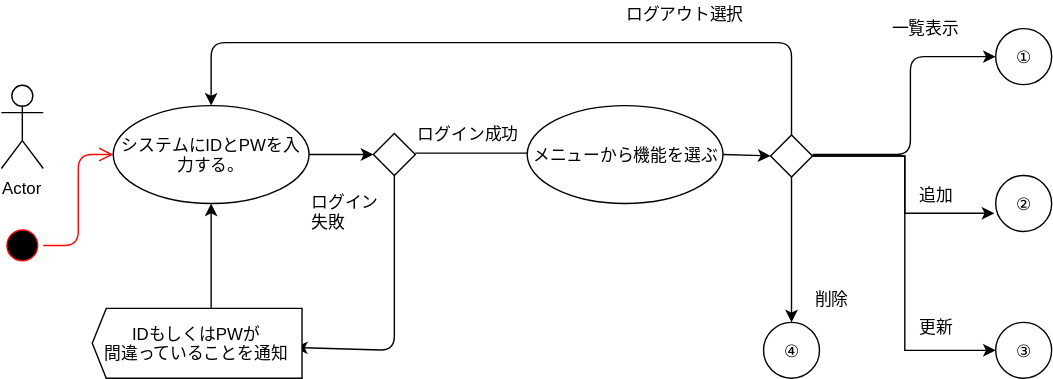
Above: アクティビティ図.svg in akoishizawa/testUML (draw.io), before the change. Source tidied: cells renumbered, new cells last; positions are measured from the earlier drawing's top-left corner, leaving out a move shared by most shapes.
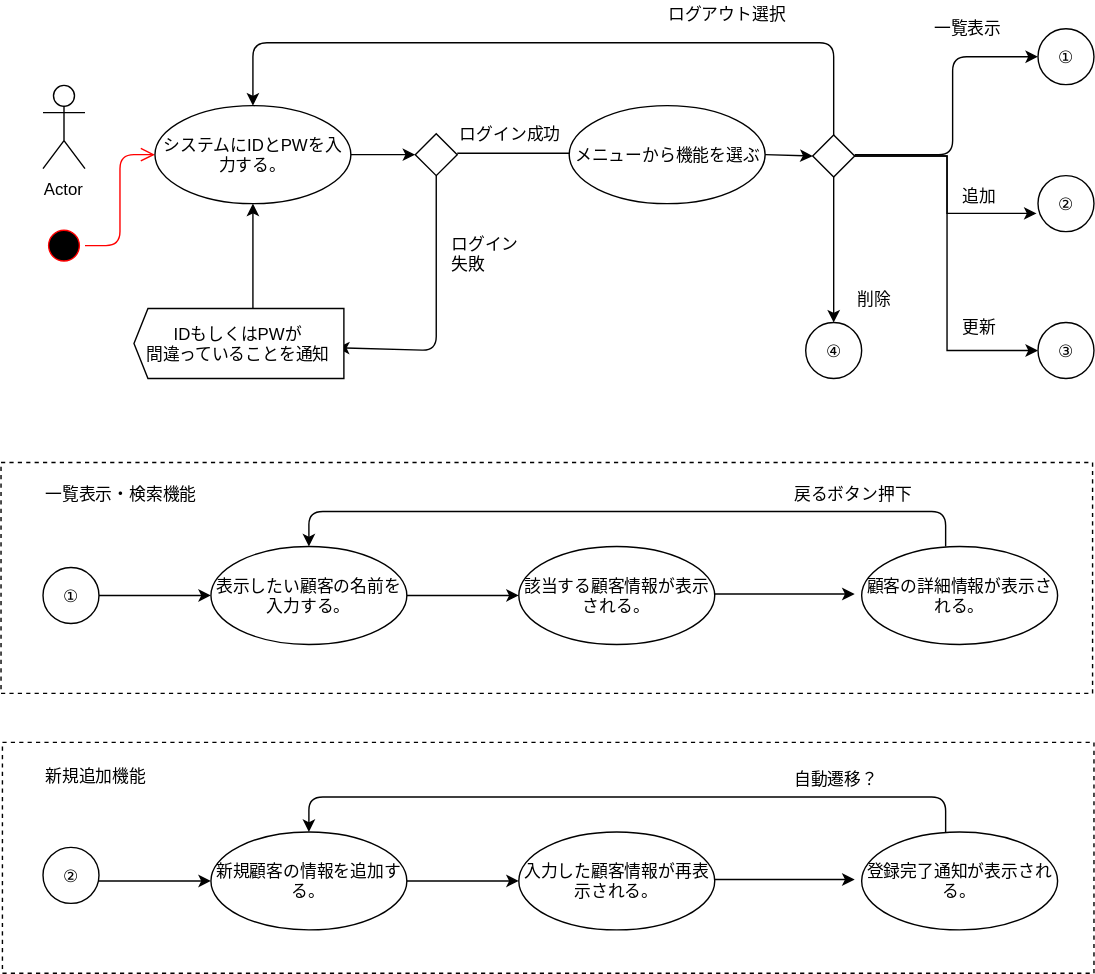
Above is the later version.

Commit message:
アクティビティ図更新_検索・一覧・追加機能

What changed in the source:
```diff
@@ -3,115 +3,210 @@
     <mxCell id="0" />
     <mxCell id="1" parent="0" />
     <mxCell id="2" value="Actor" style="shape=umlActor;verticalLabelPosition=bottom;labelBackgroundColor=#ffffff;verticalAlign=top;html=1;" parent="1" vertex="1">
-      <mxGeometry y="60" width="30" height="60" as="geometry" />
+      <mxGeometry x="-20" y="50" width="30" height="60" as="geometry" />
     </mxCell>
+    <mxCell id="31" style="ellipse;html=1;shape=startState;fillColor=#000000;strokeColor=#ff0000;" parent="1" vertex="1">
+      <mxGeometry x="-20" y="150" width="30" height="30" as="geometry" />
+    </mxCell>
+    <mxCell id="32" style="edgeStyle=orthogonalEdgeStyle;html=1;verticalAlign=bottom;endArrow=open;endSize=8;strokeColor=#ff0000;entryX=0;entryY=0.5;" parent="1" edge="1" source="31" target="3">
+      <mxGeometry relative="1" as="geometry" />
+    </mxCell>
-    <mxCell id="3" style="ellipse;html=1;shape=startState;fillColor=#000000;strokeColor=#ff0000;" parent="1" vertex="1">
-      <mxGeometry y="160" width="30" height="30" as="geometry" />
+    <mxCell id="3" value="システムにIDとPWを入力する。&lt;br&gt;" style="ellipse;whiteSpace=wrap;html=1;" parent="1" vertex="1">
+      <mxGeometry x="60" y="65" width="140" height="70" as="geometry" />
     </mxCell>
-    <mxCell id="4" style="edgeStyle=orthogonalEdgeStyle;html=1;verticalAlign=bottom;endArrow=open;endSize=8;strokeColor=#ff0000;entryX=0;entryY=0.5;" parent="1" edge="1" source="3" target="5">
-      <mxGeometry relative="1" as="geometry" />
+    <mxCell id="4" style="rhombus;whiteSpace=wrap;html=1;" parent="1" vertex="1">
+      <mxGeometry x="246" y="85" width="30" height="30" as="geometry" />
     </mxCell>
-    <mxCell id="5" value="システムにIDとPWを入力する。&lt;br&gt;" style="ellipse;whiteSpace=wrap;html=1;" parent="1" vertex="1">
-      <mxGeometry x="80" y="75" width="140" height="70" as="geometry" />
+    <mxCell id="5" style="endArrow=classic;html=1;entryX=0;entryY=0.5;" parent="1" edge="1" source="3" target="4">
+      <mxGeometry relative="1" as="geometry" />
     </mxCell>
-    <mxCell id="6" style="rhombus;whiteSpace=wrap;html=1;" parent="1" vertex="1">
-      <mxGeometry x="266" y="95" width="30" height="30" as="geometry" />
+    <mxCell id="6" style="endArrow=classic;html=1;exitX=0.5;exitY=1;" parent="1" edge="1" source="4">
+      <mxGeometry relative="1" as="geometry">
+        <mxPoint x="190" y="238" as="targetPoint" />
+        <Array as="points">
+          <mxPoint x="261" y="240" />
+        </Array>
+      </mxGeometry>
     </mxCell>
-    <mxCell id="7" style="endArrow=classic;html=1;entryX=0;entryY=0.5;" parent="1" edge="1" source="5" target="6">
-      <mxGeometry relative="1" as="geometry" />
+    <mxCell id="7" style="endArrow=classic;html=1;entryX=0.5;entryY=1;" parent="1" edge="1" target="3">
+      <mxGeometry relative="1" as="geometry">
+        <mxPoint x="130" y="210" as="sourcePoint" />
+        <Array as="points">
+          <mxPoint x="130" y="180" />
+        </Array>
+      </mxGeometry>
     </mxCell>
+    <mxCell id="33" value="ログイン&lt;br&gt;失敗" style="text;html=1;align=left;verticalAlign=top;spacingTop=-4;" parent="1" vertex="1">
+      <mxGeometry x="270" y="155" width="60" height="30" as="geometry" />
+    </mxCell>
-    <mxCell id="8" style="endArrow=classic;html=1;exitX=0.5;exitY=1;" parent="1" edge="1" source="6">
+    <mxCell id="8" style="endArrow=classic;html=1;" parent="1" edge="1">
       <mxGeometry relative="1" as="geometry">
-        <mxPoint x="210" y="248" as="targetPoint" />
-        <Array as="points">
-          <mxPoint x="281" y="250" />
-        </Array>
+        <mxPoint x="276" y="99" as="sourcePoint" />
+        <mxPoint x="390" y="99" as="targetPoint" />
       </mxGeometry>
     </mxCell>
-    <mxCell id="9" style="endArrow=classic;html=1;entryX=0.5;entryY=1;" parent="1" edge="1" target="5">
-      <mxGeometry relative="1" as="geometry">
-        <mxPoint x="150" y="220" as="sourcePoint" />
-        <Array as="points">
-          <mxPoint x="150" y="190" />
-        </Array>
-      </mxGeometry>
+    <mxCell id="9" value="①" style="ellipse;whiteSpace=wrap;html=1;" parent="1" vertex="1">
+      <mxGeometry x="691" y="10" width="40" height="40" as="geometry" />
     </mxCell>
-    <mxCell id="10" value="ログイン&lt;br&gt;失敗" style="text;html=1;align=left;verticalAlign=top;spacingTop=-4;" parent="1" vertex="1">
-      <mxGeometry x="220" y="135" width="60" height="30" as="geometry" />
+    <mxCell id="10" value="ログイン成功" style="text;html=1;align=left;verticalAlign=top;spacingTop=-4;" parent="1" vertex="1">
+      <mxGeometry x="276" y="76" width="90" height="20" as="geometry" />
     </mxCell>
-    <mxCell id="11" style="endArrow=classic;html=1;" parent="1" edge="1">
-      <mxGeometry relative="1" as="geometry">
-        <mxPoint x="296" y="109" as="sourcePoint" />
-        <mxPoint x="410" y="109" as="targetPoint" />
-      </mxGeometry>
+    <mxCell id="11" value="メニューから機能を選ぶ" style="ellipse;whiteSpace=wrap;html=1;" parent="1" vertex="1">
+      <mxGeometry x="356" y="65" width="140" height="70" as="geometry" />
     </mxCell>
-    <mxCell id="12" value="①" style="ellipse;whiteSpace=wrap;html=1;" parent="1" vertex="1">
-      <mxGeometry x="711" y="20" width="40" height="40" as="geometry" />
+    <mxCell id="12" style="edgeStyle=orthogonalEdgeStyle;rounded=0;html=1;jettySize=auto;" parent="1" edge="1" source="18" target="36">
+      <mxGeometry relative="1" as="geometry" />
     </mxCell>
-    <mxCell id="13" value="ログイン成功" style="text;html=1;align=left;verticalAlign=top;spacingTop=-4;" parent="1" vertex="1">
-      <mxGeometry x="296" y="86" width="90" height="20" as="geometry" />
+    <mxCell id="13" style="edgeStyle=orthogonalEdgeStyle;rounded=0;html=1;entryX=-0.025;entryY=0.675;entryPerimeter=0;jettySize=auto;" parent="1" edge="1" source="18" target="23">
+      <mxGeometry relative="1" as="geometry" />
     </mxCell>
-    <mxCell id="14" value="メニューから機能を選ぶ" style="ellipse;whiteSpace=wrap;html=1;" parent="1" vertex="1">
-      <mxGeometry x="376" y="75" width="140" height="70" as="geometry" />
+    <mxCell id="14" style="edgeStyle=orthogonalEdgeStyle;rounded=0;html=1;entryX=0;entryY=0.5;jettySize=auto;" parent="1" edge="1" source="18" target="35">
+      <mxGeometry relative="1" as="geometry" />
     </mxCell>
-    <mxCell id="15" style="edgeStyle=orthogonalEdgeStyle;rounded=0;html=1;jettySize=auto;" parent="1" edge="1" source="18" target="26">
-      <mxGeometry relative="1" as="geometry" />
-    </mxCell>
-    <mxCell id="16" style="edgeStyle=orthogonalEdgeStyle;rounded=0;html=1;entryX=-0.025;entryY=0.675;entryPerimeter=0;jettySize=auto;" parent="1" edge="1" source="18" target="24">
-      <mxGeometry relative="1" as="geometry" />
-    </mxCell>
-    <mxCell id="17" style="edgeStyle=orthogonalEdgeStyle;rounded=0;html=1;entryX=0;entryY=0.5;jettySize=auto;" parent="1" edge="1" source="18" target="25">
-      <mxGeometry relative="1" as="geometry" />
-    </mxCell>
     <mxCell id="18" style="rhombus;whiteSpace=wrap;html=1;" parent="1" vertex="1">
-      <mxGeometry x="550" y="96" width="30" height="30" as="geometry" />
+      <mxGeometry x="530" y="86" width="30" height="30" as="geometry" />
     </mxCell>
-    <mxCell id="19" style="endArrow=classic;html=1;entryX=0;entryY=0.5;exitX=1;exitY=0.5;" parent="1" edge="1" source="14" target="18">
+    <mxCell id="19" style="endArrow=classic;html=1;entryX=0;entryY=0.5;exitX=1;exitY=0.5;" parent="1" edge="1" source="11" target="18">
       <mxGeometry relative="1" as="geometry" />
     </mxCell>
-    <mxCell id="20" style="endArrow=classic;html=1;entryX=0.5;entryY=0;exitX=0.5;exitY=0;" parent="1" edge="1" source="18" target="5">
+    <mxCell id="20" style="endArrow=classic;html=1;entryX=0.5;entryY=0;exitX=0.5;exitY=0;" parent="1" edge="1" source="18" target="3">
       <mxGeometry relative="1" as="geometry">
         <Array as="points">
-          <mxPoint x="565" y="30" />
-          <mxPoint x="150" y="30" />
+          <mxPoint x="545" y="20" />
+          <mxPoint x="130" y="20" />
         </Array>
       </mxGeometry>
     </mxCell>
     <mxCell id="21" value="ログアウト選択" style="text;html=1;align=left;verticalAlign=top;spacingTop=-4;" parent="1" vertex="1">
-      <mxGeometry x="445" width="100" height="20" as="geometry" />
+      <mxGeometry x="425" y="-10" width="100" height="20" as="geometry" />
     </mxCell>
-    <mxCell id="22" style="endArrow=classic;html=1;entryX=0;entryY=0.5;" parent="1" edge="1" target="12">
+    <mxCell id="22" style="endArrow=classic;html=1;entryX=0;entryY=0.5;" parent="1" edge="1" target="9">
       <mxGeometry relative="1" as="geometry">
-        <mxPoint x="580" y="110" as="sourcePoint" />
+        <mxPoint x="560" y="100" as="sourcePoint" />
         <Array as="points">
-          <mxPoint x="650" y="110" />
-          <mxPoint x="650" y="40" />
+          <mxPoint x="630" y="100" />
+          <mxPoint x="630" y="30" />
         </Array>
       </mxGeometry>
     </mxCell>
+    <mxCell id="34" value="&lt;span&gt;IDもしくはPWが&lt;br&gt;間違っていることを通知&lt;/span&gt;" style="html=1;shadow=0;dashed=0;align=center;verticalAlign=middle;shape=mxgraph.arrows2.arrow;dy=0;dx=10;notch=0;direction=west;" parent="1" vertex="1">
+      <mxGeometry x="45" y="210" width="150" height="50" as="geometry" />
+    </mxCell>
-    <mxCell id="23" value="&lt;span&gt;IDもしくはPWが&lt;br&gt;間違っていることを通知&lt;/span&gt;" style="html=1;shadow=0;dashed=0;align=center;verticalAlign=middle;shape=mxgraph.arrows2.arrow;dy=0;dx=10;notch=0;direction=west;" parent="1" vertex="1">
-      <mxGeometry x="65" y="220" width="150" height="50" as="geometry" />
+    <mxCell id="23" value="②" style="ellipse;whiteSpace=wrap;html=1;" parent="1" vertex="1">
+      <mxGeometry x="691" y="115" width="40" height="40" as="geometry" />
     </mxCell>
+    <mxCell id="35" value="③" style="ellipse;whiteSpace=wrap;html=1;" parent="1" vertex="1">
+      <mxGeometry x="691" y="220" width="40" height="40" as="geometry" />
+    </mxCell>
+    <mxCell id="36" value="④" style="ellipse;whiteSpace=wrap;html=1;" parent="1" vertex="1">
+      <mxGeometry x="525" y="220" width="40" height="40" as="geometry" />
+    </mxCell>
-    <mxCell id="24" value="②" style="ellipse;whiteSpace=wrap;html=1;" parent="1" vertex="1">
-      <mxGeometry x="711" y="125" width="40" height="40" as="geometry" />
+    <mxCell id="24" value="一覧表示" style="text;html=1;points=[];align=left;verticalAlign=top;spacingTop=-4;" parent="1" vertex="1">
+      <mxGeometry x="615" width="60" height="20" as="geometry" />
     </mxCell>
-    <mxCell id="25" value="③" style="ellipse;whiteSpace=wrap;html=1;" parent="1" vertex="1">
-      <mxGeometry x="711" y="230" width="40" height="40" as="geometry" />
+    <mxCell id="25" value="追加" style="text;html=1;points=[];align=left;verticalAlign=top;spacingTop=-4;" parent="1" vertex="1">
+      <mxGeometry x="635" y="120" width="40" height="20" as="geometry" />
     </mxCell>
-    <mxCell id="26" value="④" style="ellipse;whiteSpace=wrap;html=1;" parent="1" vertex="1">
-      <mxGeometry x="545" y="230" width="40" height="40" as="geometry" />
+    <mxCell id="26" value="更新" style="text;html=1;points=[];align=left;verticalAlign=top;spacingTop=-4;" parent="1" vertex="1">
+      <mxGeometry x="635" y="214" width="40" height="20" as="geometry" />
     </mxCell>
+    <mxCell id="37" value="削除" style="text;html=1;align=left;verticalAlign=top;spacingTop=-4;" parent="1" vertex="1">
+      <mxGeometry x="560" y="194" width="40" height="20" as="geometry" />
+    </mxCell>
+    <mxCell id="38" value="①" style="ellipse;whiteSpace=wrap;html=1;" parent="1" vertex="1">
+      <mxGeometry x="-20" y="395" width="40" height="40" as="geometry" />
+    </mxCell>
+    <mxCell id="39" style="endArrow=classic;html=1;exitX=1;exitY=0.5;" parent="1" edge="1" source="38">
+      <mxGeometry relative="1" as="geometry">
+        <mxPoint x="100" y="415" as="targetPoint" />
+      </mxGeometry>
+    </mxCell>
+    <mxCell id="15" value="表示したい顧客の名前を入力する。" style="ellipse;whiteSpace=wrap;html=1;" parent="1" vertex="1">
+      <mxGeometry x="100" y="380" width="140" height="70" as="geometry" />
+    </mxCell>
+    <mxCell id="16" style="endArrow=classic;html=1;" parent="1" edge="1">
+      <mxGeometry relative="1" as="geometry">
+        <mxPoint x="240" y="415" as="sourcePoint" />
+        <mxPoint x="320" y="415" as="targetPoint" />
+      </mxGeometry>
+    </mxCell>
+    <mxCell id="17" value="該当する顧客情報が表示される。" style="ellipse;whiteSpace=wrap;html=1;" parent="1" vertex="1">
+      <mxGeometry x="320" y="380" width="140" height="70" as="geometry" />
+    </mxCell>
+    <mxCell id="40" value="顧客の詳細情報が表示される。" style="ellipse;whiteSpace=wrap;html=1;" parent="1" vertex="1">
+      <mxGeometry x="565" y="380" width="140" height="70" as="geometry" />
+    </mxCell>
+    <mxCell id="41" style="endArrow=classic;html=1;" parent="1" edge="1">
+      <mxGeometry relative="1" as="geometry">
+        <mxPoint x="460" y="414" as="sourcePoint" />
+        <mxPoint x="560" y="414" as="targetPoint" />
+      </mxGeometry>
+    </mxCell>
+    <mxCell id="42" style="endArrow=classic;html=1;entryX=0.5;entryY=0;exitX=0.5;exitY=0;" parent="1" edge="1" target="15">
+      <mxGeometry relative="1" as="geometry">
+        <mxPoint x="625" y="380" as="sourcePoint" />
+        <Array as="points">
+          <mxPoint x="625" y="355" />
+          <mxPoint x="170" y="355" />
+        </Array>
+      </mxGeometry>
+    </mxCell>
+    <mxCell id="43" value="戻るボタン押下" style="text;html=1;align=left;verticalAlign=top;spacingTop=-4;" parent="1" vertex="1">
+      <mxGeometry x="515" y="332.5" width="100" height="20" as="geometry" />
+    </mxCell>
+    <mxCell id="44" value="②" style="ellipse;whiteSpace=wrap;html=1;" parent="1" vertex="1">
+      <mxGeometry x="-20" y="595" width="40" height="40" as="geometry" />
+    </mxCell>
-    <mxCell id="27" value="一覧表示" style="text;html=1;align=left;verticalAlign=top;spacingTop=-4;" parent="1" vertex="1">
-      <mxGeometry x="635" y="10" width="60" height="20" as="geometry" />
+    <mxCell id="27" style="endArrow=classic;html=1;exitX=1;exitY=0.5;" parent="1" edge="1">
+      <mxGeometry relative="1" as="geometry">
+        <mxPoint x="20" y="619" as="sourcePoint" />
+        <mxPoint x="100" y="619" as="targetPoint" />
+      </mxGeometry>
     </mxCell>
+    <mxCell id="45" value="新規顧客の情報を追加する。" style="ellipse;whiteSpace=wrap;html=1;" parent="1" vertex="1">
+      <mxGeometry x="100" y="584" width="140" height="70" as="geometry" />
+    </mxCell>
+    <mxCell id="46" style="endArrow=classic;html=1;" parent="1" edge="1">
+      <mxGeometry relative="1" as="geometry">
+        <mxPoint x="240" y="619" as="sourcePoint" />
+        <mxPoint x="320" y="619" as="targetPoint" />
+      </mxGeometry>
+    </mxCell>
-    <mxCell id="28" value="追加" style="text;html=1;align=left;verticalAlign=top;spacingTop=-4;" parent="1" vertex="1">
-      <mxGeometry x="655" y="130" width="40" height="20" as="geometry" />
+    <mxCell id="28" value="入力した顧客情報が再表示される。" style="ellipse;whiteSpace=wrap;html=1;" parent="1" vertex="1">
+      <mxGeometry x="320" y="584" width="140" height="70" as="geometry" />
     </mxCell>
-    <mxCell id="29" value="更新" style="text;html=1;align=left;verticalAlign=top;spacingTop=-4;" parent="1" vertex="1">
-      <mxGeometry x="655" y="224" width="40" height="20" as="geometry" />
+    <mxCell id="29" value="登録完了通知が表示される。" style="ellipse;whiteSpace=wrap;html=1;" parent="1" vertex="1">
+      <mxGeometry x="565" y="584" width="140" height="70" as="geometry" />
     </mxCell>
-    <mxCell id="30" value="削除" style="text;html=1;align=left;verticalAlign=top;spacingTop=-4;" parent="1" vertex="1">
-      <mxGeometry x="580" y="204" width="40" height="20" as="geometry" />
+    <mxCell id="30" style="endArrow=classic;html=1;" parent="1" edge="1">
+      <mxGeometry relative="1" as="geometry">
+        <mxPoint x="460" y="618" as="sourcePoint" />
+        <mxPoint x="560" y="618" as="targetPoint" />
+      </mxGeometry>
     </mxCell>
+    <mxCell id="47" style="endArrow=classic;html=1;entryX=0.5;entryY=0;exitX=0.5;exitY=0;" parent="1" edge="1" target="45">
+      <mxGeometry relative="1" as="geometry">
+        <mxPoint x="625" y="584" as="sourcePoint" />
+        <Array as="points">
+          <mxPoint x="625" y="559" />
+          <mxPoint x="170" y="559" />
+        </Array>
+      </mxGeometry>
+    </mxCell>
+    <mxCell id="48" value="自動遷移？" style="text;html=1;align=left;verticalAlign=top;spacingTop=-4;" parent="1" vertex="1">
+      <mxGeometry x="515" y="536.5" width="80" height="20" as="geometry" />
+    </mxCell>
+    <mxCell id="49" style="rounded=0;whiteSpace=wrap;html=1;fillColor=none;dashed=1;" parent="1" vertex="1">
+      <mxGeometry x="-50" y="320" width="780" height="165" as="geometry" />
+    </mxCell>
+    <mxCell id="50" style="rounded=0;whiteSpace=wrap;html=1;fillColor=none;dashed=1;" parent="1" vertex="1">
+      <mxGeometry x="-49" y="520" width="780" height="165" as="geometry" />
+    </mxCell>
+    <mxCell id="51" value="一覧表示・検索機能" style="text;html=1;align=left;verticalAlign=top;spacingTop=-4;" parent="1" vertex="1">
+      <mxGeometry x="-20" y="332.5" width="120" height="20" as="geometry" />
+    </mxCell>
+    <mxCell id="52" value="新規追加機能" style="text;html=1;align=left;verticalAlign=top;spacingTop=-4;" parent="1" vertex="1">
+      <mxGeometry x="-20" y="534.5" width="90" height="20" as="geometry" />
+    </mxCell>
   </root>
 </mxGraphModel>
```
